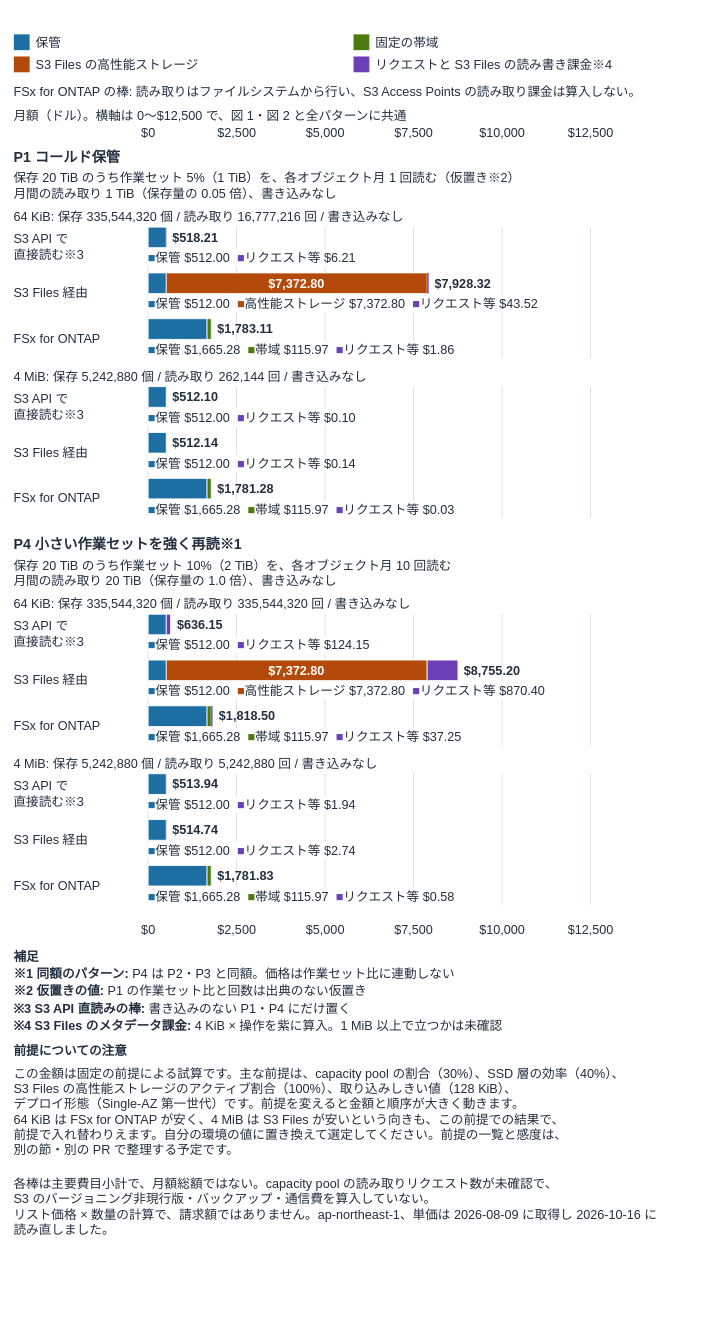
Above: docs/_assets/diagrams/s3burst-s3files-cost-structure.drawio in Yoshiki0705/S3-Burst-on-ONTAP-Files (draw.io), before the change. Source tidied: cells renumbered, new cells numbered last; positions are measured from the earlier drawing's top-left corner, leaving out a move shared by most shapes. Both pictures are drawn from the tidied source at 79%, with x=0, y=0 at pixel (13, 31).
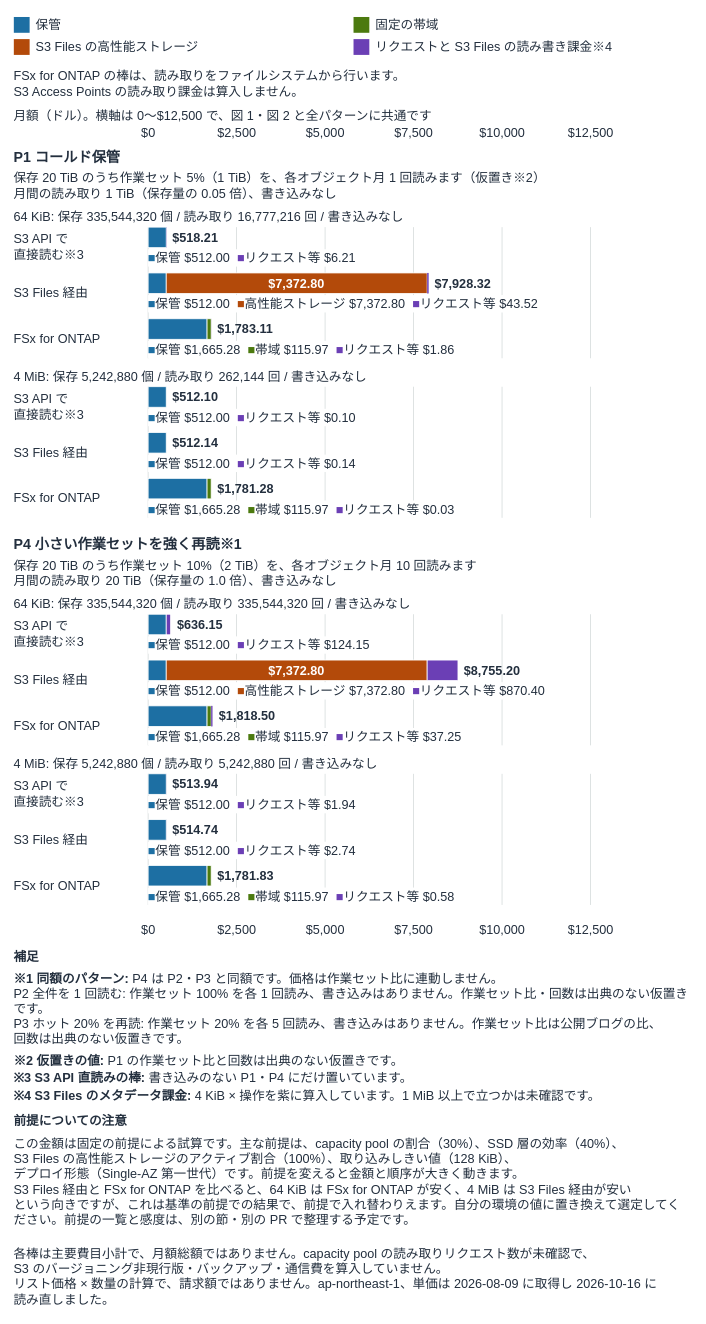
The same diagram, later.

Commit message (it also covers changes not shown here):
docs: generate the cost figures from the model and fix their wording

Change to the diagram source:
```diff
@@
     <mxCell id="26" style="rounded=0;whiteSpace=nowrap;html=0;fillColor=#1D6FA3;strokeColor=none;fontSize=16;fontColor=#FFFFFF;fontStyle=1;align=center;verticalAlign=middle;" parent="1" vertex="1">
-      <mxGeometry y="4" width="20" height="20" as="geometry" />
+      <mxGeometry y="-18" width="20" height="20" as="geometry" />
     </mxCell>
     <mxCell id="27" value="保管" style="text;html=1;whiteSpace=nowrap;overflow=visible;align=left;verticalAlign=middle;spacing=0;spacingLeft=0;spacingRight=0;spacingTop=0;spacingBottom=0;fontSize=16;fontColor=#232F3E;fontStyle=0;" parent="1" vertex="1">
-      <mxGeometry x="28" width="398" height="28" as="geometry" />
+      <mxGeometry x="28" y="-22" width="398" height="28" as="geometry" />
     </mxCell>
     <mxCell id="28" style="rounded=0;whiteSpace=nowrap;html=0;fillColor=#4C7A0F;strokeColor=none;fontSize=16;fontColor=#FFFFFF;fontStyle=1;align=center;verticalAlign=middle;" parent="1" vertex="1">
-      <mxGeometry x="430" y="4" width="20" height="20" as="geometry" />
+      <mxGeometry x="430" y="-18" width="20" height="20" as="geometry" />
     </mxCell>
     <mxCell id="29" value="固定の帯域" style="text;html=1;whiteSpace=nowrap;overflow=visible;align=left;verticalAlign=middle;spacing=0;spacingLeft=0;spacingRight=0;spacingTop=0;spacingBottom=0;fontSize=16;fontColor=#232F3E;fontStyle=0;" parent="1" vertex="1">
-      <mxGeometry x="458" width="398" height="28" as="geometry" />
+      <mxGeometry x="458" y="-22" width="398" height="28" as="geometry" />
     </mxCell>
     <mxCell id="30" style="rounded=0;whiteSpace=nowrap;html=0;fillColor=#B34A0A;strokeColor=none;fontSize=16;fontColor=#FFFFFF;fontStyle=1;align=center;verticalAlign=middle;" parent="1" vertex="1">
-      <mxGeometry y="32" width="20" height="20" as="geometry" />
+      <mxGeometry y="10" width="20" height="20" as="geometry" />
     </mxCell>
     <mxCell id="31" value="S3 Files の高性能ストレージ" style="text;html=1;whiteSpace=nowrap;overflow=visible;align=left;verticalAlign=middle;spacing=0;spacingLeft=0;spacingRight=0;spacingTop=0;spacingBottom=0;fontSize=16;fontColor=#232F3E;fontStyle=0;" parent="1" vertex="1">
-      <mxGeometry x="28" y="28" width="398" height="28" as="geometry" />
+      <mxGeometry x="28" y="6" width="398" height="28" as="geometry" />
     </mxCell>
     <mxCell id="32" style="rounded=0;whiteSpace=nowrap;html=0;fillColor=#6B3FB5;strokeColor=none;fontSize=16;fontColor=#FFFFFF;fontStyle=1;align=center;verticalAlign=middle;" parent="1" vertex="1">
-      <mxGeometry x="430" y="32" width="20" height="20" as="geometry" />
+      <mxGeometry x="430" y="10" width="20" height="20" as="geometry" />
     </mxCell>
     <mxCell id="33" value="リクエストと S3 Files の読み書き課金※4" style="text;html=1;whiteSpace=nowrap;overflow=visible;align=left;verticalAlign=middle;spacing=0;spacingLeft=0;spacingRight=0;spacingTop=0;spacingBottom=0;fontSize=16;fontColor=#232F3E;fontStyle=0;" parent="1" vertex="1">
-      <mxGeometry x="458" y="28" width="398" height="28" as="geometry" />
+      <mxGeometry x="458" y="6" width="398" height="28" as="geometry" />
     </mxCell>
-    <mxCell id="34" value="FSx for ONTAP の棒: 読み取りはファイルシステムから行い、S3 Access Points の読み取り課金は算入しない。" style="text;html=1;whiteSpace=nowrap;overflow=visible;align=left;verticalAlign=middle;spacing=0;spacingLeft=0;spacingRight=0;spacingTop=0;spacingBottom=0;fontSize=16;fontColor=#232F3E;fontStyle=0;" parent="1" vertex="1">
-      <mxGeometry y="66" width="860" height="22" as="geometry" />
+    <mxCell id="34" value="FSx for ONTAP の棒は、読み取りをファイルシステムから行います。&lt;br&gt;S3 Access Points の読み取り課金は算入しません。" style="text;html=1;whiteSpace=nowrap;overflow=visible;align=left;verticalAlign=middle;spacing=0;spacingLeft=0;spacingRight=0;spacingTop=0;spacingBottom=0;fontSize=16;fontColor=#232F3E;fontStyle=0;" parent="1" vertex="1">
+      <mxGeometry y="44" width="860" height="44" as="geometry" />
     </mxCell>
-    <mxCell id="35" value="月額（ドル）。横軸は 0〜$12,500 で、図 1・図 2 と全パターンに共通" style="text;html=1;whiteSpace=nowrap;overflow=visible;align=left;verticalAlign=middle;spacing=0;spacingLeft=0;spacingRight=0;spacingTop=0;spacingBottom=0;fontSize=16;fontColor=#232F3E;fontStyle=0;" parent="1" vertex="1">
+    <mxCell id="35" value="月額（ドル）。横軸は 0〜$12,500 で、図 1・図 2 と全パターンに共通です" style="text;html=1;whiteSpace=nowrap;overflow=visible;align=left;verticalAlign=middle;spacing=0;spacingLeft=0;spacingRight=0;spacingTop=0;spacingBottom=0;fontSize=16;fontColor=#232F3E;fontStyle=0;" parent="1" vertex="1">
       <mxGeometry y="96" width="860" height="22" as="geometry" />
     </mxCell>
@@
-    <mxCell id="43" value="保存 20 TiB のうち作業セット 5%（1 TiB）を、各オブジェクト月 1 回読む（仮置き※2）&lt;br&gt;月間の読み取り 1 TiB（保存量の 0.05 倍）、書き込みなし" style="text;html=1;whiteSpace=nowrap;overflow=visible;align=left;verticalAlign=middle;spacing=0;spacingLeft=0;spacingRight=0;spacingTop=0;spacingBottom=0;fontSize=16;fontColor=#232F3E;fontStyle=0;" parent="1" vertex="1">
+    <mxCell id="43" value="保存 20 TiB のうち作業セット 5%（1 TiB）を、各オブジェクト月 1 回読みます（仮置き※2）&lt;br&gt;月間の読み取り 1 TiB（保存量の 0.05 倍）、書き込みなし" style="text;html=1;whiteSpace=nowrap;overflow=visible;align=left;verticalAlign=middle;spacing=0;spacingLeft=0;spacingRight=0;spacingTop=0;spacingBottom=0;fontSize=16;fontColor=#232F3E;fontStyle=0;" parent="1" vertex="1">
       <mxGeometry y="174" width="860" height="44" as="geometry" />
     </mxCell>
@@
-    <mxCell id="80" value="保存 20 TiB のうち作業セット 10%（2 TiB）を、各オブジェクト月 10 回読む&lt;br&gt;月間の読み取り 20 TiB（保存量の 1.0 倍）、書き込みなし" style="text;html=1;whiteSpace=nowrap;overflow=visible;align=left;verticalAlign=middle;spacing=0;spacingLeft=0;spacingRight=0;spacingTop=0;spacingBottom=0;fontSize=16;fontColor=#232F3E;fontStyle=0;" parent="1" vertex="1">
+    <mxCell id="80" value="保存 20 TiB のうち作業セット 10%（2 TiB）を、各オブジェクト月 10 回読みます&lt;br&gt;月間の読み取り 20 TiB（保存量の 1.0 倍）、書き込みなし" style="text;html=1;whiteSpace=nowrap;overflow=visible;align=left;verticalAlign=middle;spacing=0;spacingLeft=0;spacingRight=0;spacingTop=0;spacingBottom=0;fontSize=16;fontColor=#232F3E;fontStyle=0;" parent="1" vertex="1">
       <mxGeometry y="664" width="860" height="44" as="geometry" />
     </mxCell>
@@
-    <mxCell id="123" value="&lt;b&gt;※1 同額のパターン:&lt;/b&gt; P4 は P2・P3 と同額。価格は作業セット比に連動しない" style="text;html=1;whiteSpace=nowrap;overflow=visible;align=left;verticalAlign=middle;spacing=0;spacingLeft=0;spacingRight=0;spacingTop=0;spacingBottom=0;fontSize=16;fontColor=#232F3E;fontStyle=0;" parent="1" vertex="1">
-      <mxGeometry y="1182" width="860" height="22" as="geometry" />
+    <mxCell id="123" value="&lt;b&gt;※1 同額のパターン:&lt;/b&gt; P4 は P2・P3 と同額です。価格は作業セット比に連動しません。&lt;br&gt;P2 全件を 1 回読む: 作業セット 100% を各 1 回読み、書き込みはありません。作業セット比・回数は出典のない仮置き&lt;br&gt;です。&lt;br&gt;P3 ホット 20% を再読: 作業セット 20% を各 5 回読み、書き込みはありません。作業セット比は公開ブログの比、&lt;br&gt;回数は出典のない仮置きです。" style="text;html=1;whiteSpace=nowrap;overflow=visible;align=left;verticalAlign=middle;spacing=0;spacingLeft=0;spacingRight=0;spacingTop=0;spacingBottom=0;fontSize=16;fontColor=#232F3E;fontStyle=0;" parent="1" vertex="1">
+      <mxGeometry y="1182" width="860" height="110" as="geometry" />
     </mxCell>
-    <mxCell id="124" value="&lt;b&gt;※2 仮置きの値:&lt;/b&gt; P1 の作業セット比と回数は出典のない仮置き" style="text;html=1;whiteSpace=nowrap;overflow=visible;align=left;verticalAlign=middle;spacing=0;spacingLeft=0;spacingRight=0;spacingTop=0;spacingBottom=0;fontSize=16;fontColor=#232F3E;fontStyle=0;" parent="1" vertex="1">
-      <mxGeometry y="1204" width="860" height="22" as="geometry" />
+    <mxCell id="124" value="&lt;b&gt;※2 仮置きの値:&lt;/b&gt; P1 の作業セット比と回数は出典のない仮置きです。" style="text;html=1;whiteSpace=nowrap;overflow=visible;align=left;verticalAlign=middle;spacing=0;spacingLeft=0;spacingRight=0;spacingTop=0;spacingBottom=0;fontSize=16;fontColor=#232F3E;fontStyle=0;" parent="1" vertex="1">
+      <mxGeometry y="1292" width="860" height="22" as="geometry" />
     </mxCell>
-    <mxCell id="125" value="&lt;b&gt;※3 S3 API 直読みの棒:&lt;/b&gt; 書き込みのない P1・P4 にだけ置く" style="text;html=1;whiteSpace=nowrap;overflow=visible;align=left;verticalAlign=middle;spacing=0;spacingLeft=0;spacingRight=0;spacingTop=0;spacingBottom=0;fontSize=16;fontColor=#232F3E;fontStyle=0;" parent="1" vertex="1">
-      <mxGeometry y="1226" width="860" height="22" as="geometry" />
+    <mxCell id="125" value="&lt;b&gt;※3 S3 API 直読みの棒:&lt;/b&gt; 書き込みのない P1・P4 にだけ置いています。" style="text;html=1;whiteSpace=nowrap;overflow=visible;align=left;verticalAlign=middle;spacing=0;spacingLeft=0;spacingRight=0;spacingTop=0;spacingBottom=0;fontSize=16;fontColor=#232F3E;fontStyle=0;" parent="1" vertex="1">
+      <mxGeometry y="1314" width="860" height="22" as="geometry" />
     </mxCell>
-    <mxCell id="126" value="&lt;b&gt;※4 S3 Files のメタデータ課金:&lt;/b&gt; 4 KiB × 操作を紫に算入。1 MiB 以上で立つかは未確認" style="text;html=1;whiteSpace=nowrap;overflow=visible;align=left;verticalAlign=middle;spacing=0;spacingLeft=0;spacingRight=0;spacingTop=0;spacingBottom=0;fontSize=16;fontColor=#232F3E;fontStyle=0;" parent="1" vertex="1">
-      <mxGeometry y="1248" width="860" height="22" as="geometry" />
+    <mxCell id="126" value="&lt;b&gt;※4 S3 Files のメタデータ課金:&lt;/b&gt; 4 KiB × 操作を紫に算入しています。1 MiB 以上で立つかは未確認です。" style="text;html=1;whiteSpace=nowrap;overflow=visible;align=left;verticalAlign=middle;spacing=0;spacingLeft=0;spacingRight=0;spacingTop=0;spacingBottom=0;fontSize=16;fontColor=#232F3E;fontStyle=0;" parent="1" vertex="1">
+      <mxGeometry y="1336" width="860" height="22" as="geometry" />
     </mxCell>
     <mxCell id="127" value="&lt;b&gt;前提についての注意&lt;/b&gt;" style="text;html=1;whiteSpace=nowrap;overflow=visible;align=left;verticalAlign=middle;spacing=0;spacingLeft=0;spacingRight=0;spacingTop=0;spacingBottom=0;fontSize=16;fontColor=#232F3E;fontStyle=0;" parent="1" vertex="1">
-      <mxGeometry y="1280" width="860" height="22" as="geometry" />
+      <mxGeometry y="1368" width="860" height="22" as="geometry" />
     </mxCell>
-    <mxCell id="128" value="この金額は固定の前提による試算です。主な前提は、capacity pool の割合（30%）、SSD 層の効率（40%）、&lt;br&gt;S3 Files の高性能ストレージのアクティブ割合（100%）、取り込みしきい値（128 KiB）、&lt;br&gt;デプロイ形態（Single-AZ 第一世代）です。前提を変えると金額と順序が大きく動きます。&lt;br&gt;64 KiB は FSx for ONTAP が安く、4 MiB は S3 Files が安いという向きも、この前提での結果で、&lt;br&gt;前提で入れ替わりえます。自分の環境の値に置き換えて選定してください。前提の一覧と感度は、&lt;br&gt;別の節・別の PR で整理する予定です。" style="text;html=1;whiteSpace=nowrap;overflow=visible;align=left;verticalAlign=middle;spacing=0;spacingLeft=0;spacingRight=0;spacingTop=0;spacingBottom=0;fontSize=16;fontColor=#232F3E;fontStyle=0;" parent="1" vertex="1">
-      <mxGeometry y="1302" width="860" height="132" as="geometry" />
+    <mxCell id="128" value="この金額は固定の前提による試算です。主な前提は、capacity pool の割合（30%）、SSD 層の効率（40%）、&lt;br&gt;S3 Files の高性能ストレージのアクティブ割合（100%）、取り込みしきい値（128 KiB）、&lt;br&gt;デプロイ形態（Single-AZ 第一世代）です。前提を変えると金額と順序が大きく動きます。&lt;br&gt;S3 Files 経由と FSx for ONTAP を比べると、64 KiB は FSx for ONTAP が安く、4 MiB は S3 Files 経由が安い&lt;br&gt;という向きですが、これは基準の前提での結果で、前提で入れ替わりえます。自分の環境の値に置き換えて選定してく&lt;br&gt;ださい。前提の一覧と感度は、別の節・別の PR で整理する予定です。" style="text;html=1;whiteSpace=nowrap;overflow=visible;align=left;verticalAlign=middle;spacing=0;spacingLeft=0;spacingRight=0;spacingTop=0;spacingBottom=0;fontSize=16;fontColor=#232F3E;fontStyle=0;" parent="1" vertex="1">
+      <mxGeometry y="1390" width="860" height="132" as="geometry" />
     </mxCell>
-    <mxCell id="129" value="各棒は主要費目小計で、月額総額ではない。capacity pool の読み取りリクエスト数が未確認で、&lt;br&gt;S3 のバージョニング非現行版・バックアップ・通信費を算入していない。&lt;br&gt;リスト価格 × 数量の計算で、請求額ではありません。ap-northeast-1、単価は 2026-08-09 に取得し 2026-10-16 に&lt;br&gt;読み直しました。" style="text;html=1;whiteSpace=nowrap;overflow=visible;align=left;verticalAlign=middle;spacing=0;spacingLeft=0;spacingRight=0;spacingTop=0;spacingBottom=0;fontSize=16;fontColor=#232F3E;fontStyle=0;" parent="1" vertex="1">
-      <mxGeometry y="1444" width="860" height="88" as="geometry" />
+    <mxCell id="129" value="各棒は主要費目小計で、月額総額ではありません。capacity pool の読み取りリクエスト数が未確認で、&lt;br&gt;S3 のバージョニング非現行版・バックアップ・通信費を算入していません。&lt;br&gt;リスト価格 × 数量の計算で、請求額ではありません。ap-northeast-1、単価は 2026-08-09 に取得し 2026-10-16 に&lt;br&gt;読み直しました。" style="text;html=1;whiteSpace=nowrap;overflow=visible;align=left;verticalAlign=middle;spacing=0;spacingLeft=0;spacingRight=0;spacingTop=0;spacingBottom=0;fontSize=16;fontColor=#232F3E;fontStyle=0;" parent="1" vertex="1">
+      <mxGeometry y="1532" width="860" height="88" as="geometry" />
     </mxCell>
```
